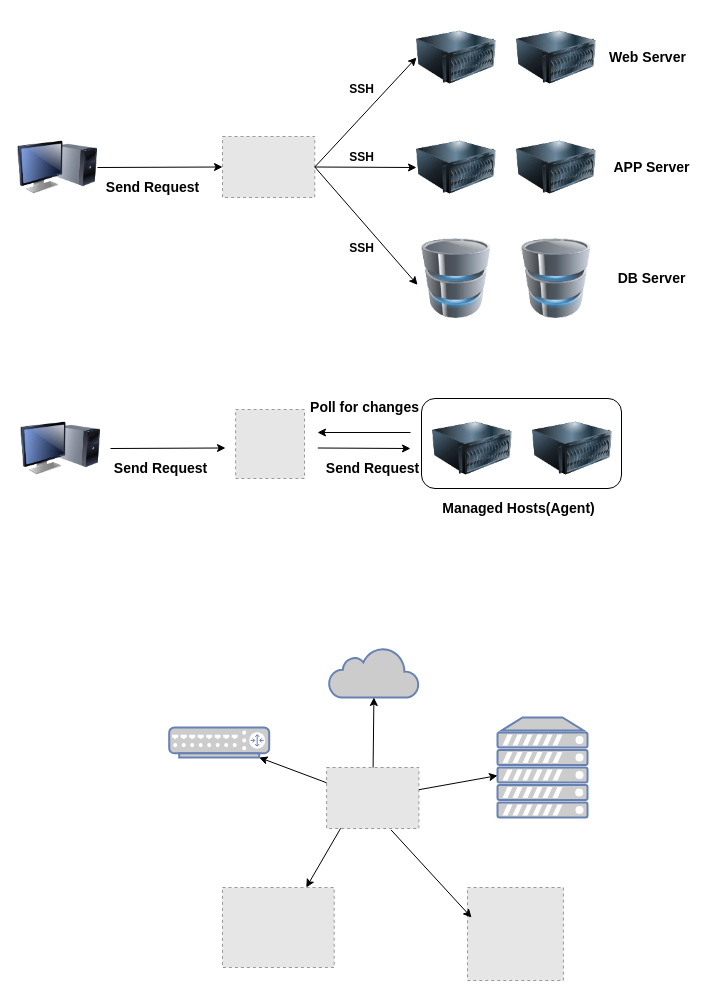
Above: Untitled Diagram.drawio in yahanjunho/forDrawIO (draw.io), before the change. Source tidied: cells renumbered, new cells numbered last; positions are measured from the earlier drawing's top-left corner, leaving out a move shared by most shapes. Both pictures are drawn from the tidied source at 100%, with x=0, y=0 at pixel (17, 17). Pictures stored in the file or linked from it are replaced by grey dashed boxes.
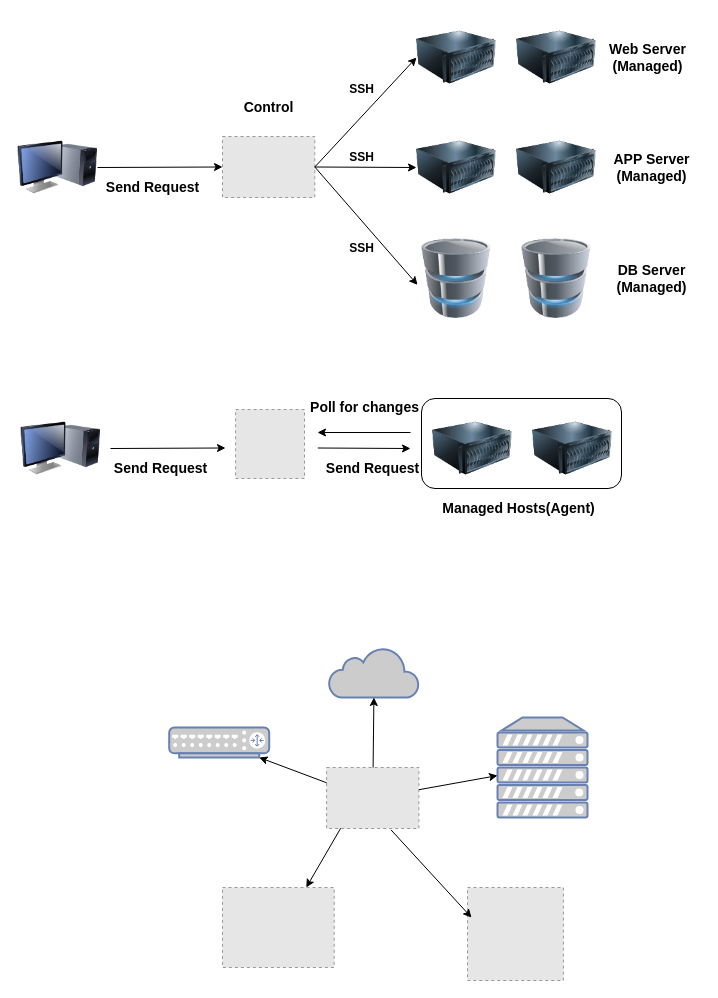
Above is the later version.

Unchanged cells that the change refers to:
```xml
<mxCell id="3" style="group;" parent="1" vertex="1">
  <mxGeometry x="399" width="280" height="80" as="geometry" />
</mxCell>
<mxCell id="7" style="group;" parent="1" vertex="1">
  <mxGeometry x="399" y="110" width="280" height="80" as="geometry" />
</mxCell>
<mxCell id="11" style="group;" parent="1" vertex="1">
  <mxGeometry x="399" y="221" width="280" height="80" as="geometry" />
</mxCell>
```

The edit, as a diff of the source:
```diff
@@
-    <mxCell id="6" value="&lt;font style=&quot;font-size: 14px&quot;&gt;&lt;b&gt;Web Server&lt;/b&gt;&lt;/font&gt;" style="text;html=1;align=center;verticalAlign=middle;" parent="3" vertex="1">
-      <mxGeometry x="186" y="30" width="90" height="20" as="geometry" />
+    <mxCell id="6" value="&lt;font style=&quot;font-size: 14px&quot;&gt;&lt;b&gt;Web Server&lt;br&gt;(Managed)&lt;br&gt;&lt;/b&gt;&lt;/font&gt;" style="text;html=1;align=center;verticalAlign=middle;" parent="3" vertex="1">
+      <mxGeometry x="186" y="20" width="90" height="40" as="geometry" />
     </mxCell>
@@
-    <mxCell id="10" value="&lt;font style=&quot;font-size: 14px&quot;&gt;&lt;b&gt;APP Server&lt;/b&gt;&lt;/font&gt;" style="text;html=1;align=center;verticalAlign=middle;" parent="7" vertex="1">
-      <mxGeometry x="190" y="30" width="90" height="20" as="geometry" />
+    <mxCell id="10" value="&lt;font style=&quot;font-size: 14px&quot;&gt;&lt;b&gt;APP Server&lt;br&gt;(Managed)&lt;/b&gt;&lt;/font&gt;" style="text;html=1;align=center;verticalAlign=middle;" parent="7" vertex="1">
+      <mxGeometry x="190" y="20" width="90" height="40" as="geometry" />
     </mxCell>
@@
-    <mxCell id="14" value="&lt;span style=&quot;font-size: 14px&quot;&gt;&lt;b&gt;DB Server&lt;/b&gt;&lt;/span&gt;" style="text;html=1;align=center;verticalAlign=middle;" parent="11" vertex="1">
-      <mxGeometry x="195" y="30" width="80" height="20" as="geometry" />
+    <mxCell id="14" value="&lt;span style=&quot;font-size: 14px&quot;&gt;&lt;b&gt;DB Server&lt;br&gt;(Managed)&lt;/b&gt;&lt;/span&gt;" style="text;html=1;align=center;verticalAlign=middle;" parent="11" vertex="1">
+      <mxGeometry x="190" y="20" width="90" height="40" as="geometry" />
     </mxCell>
@@
+    <mxCell id="48" value="&lt;font style=&quot;font-size: 14px&quot;&gt;&lt;b&gt;Control&lt;br&gt;&lt;/b&gt;&lt;/font&gt;" style="text;html=1;align=center;verticalAlign=middle;" parent="1" vertex="1">
+      <mxGeometry x="216.1" y="80" width="70" height="20" as="geometry" />
+    </mxCell>
```
